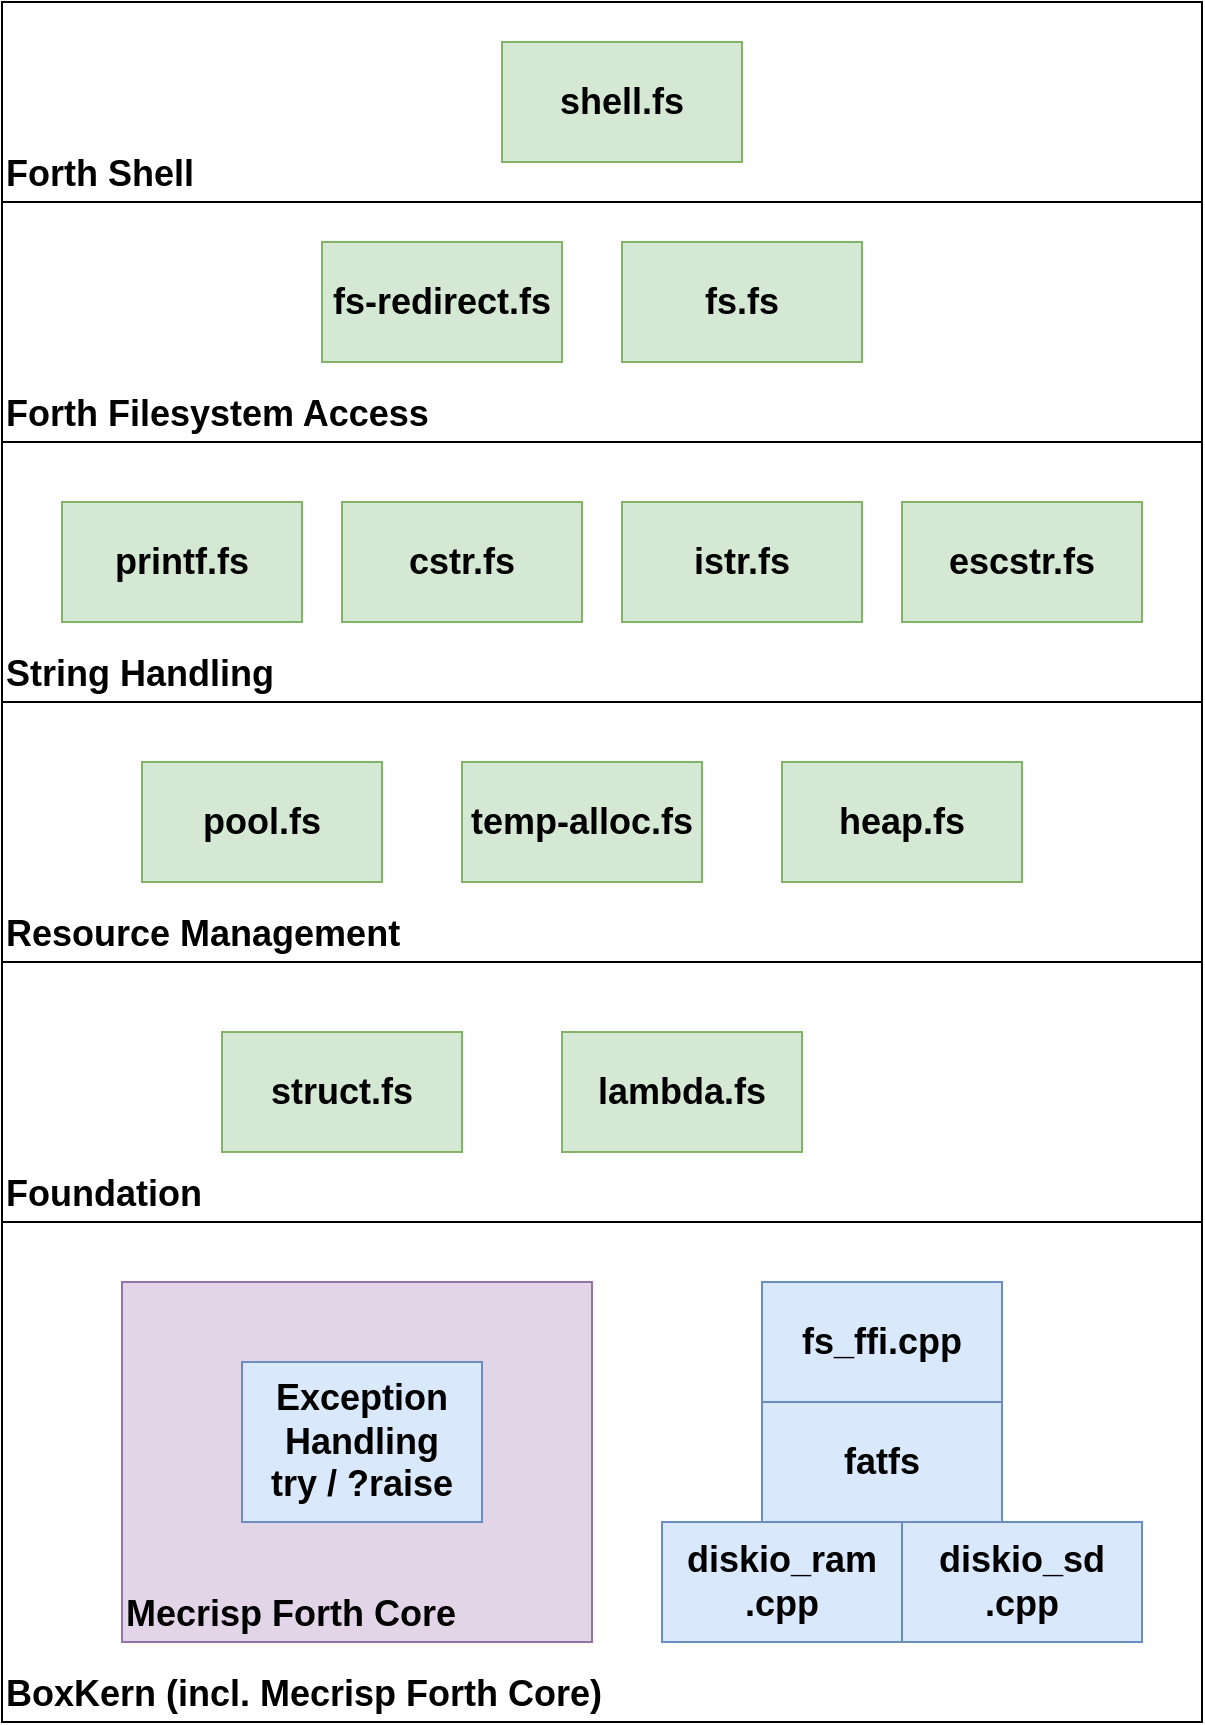
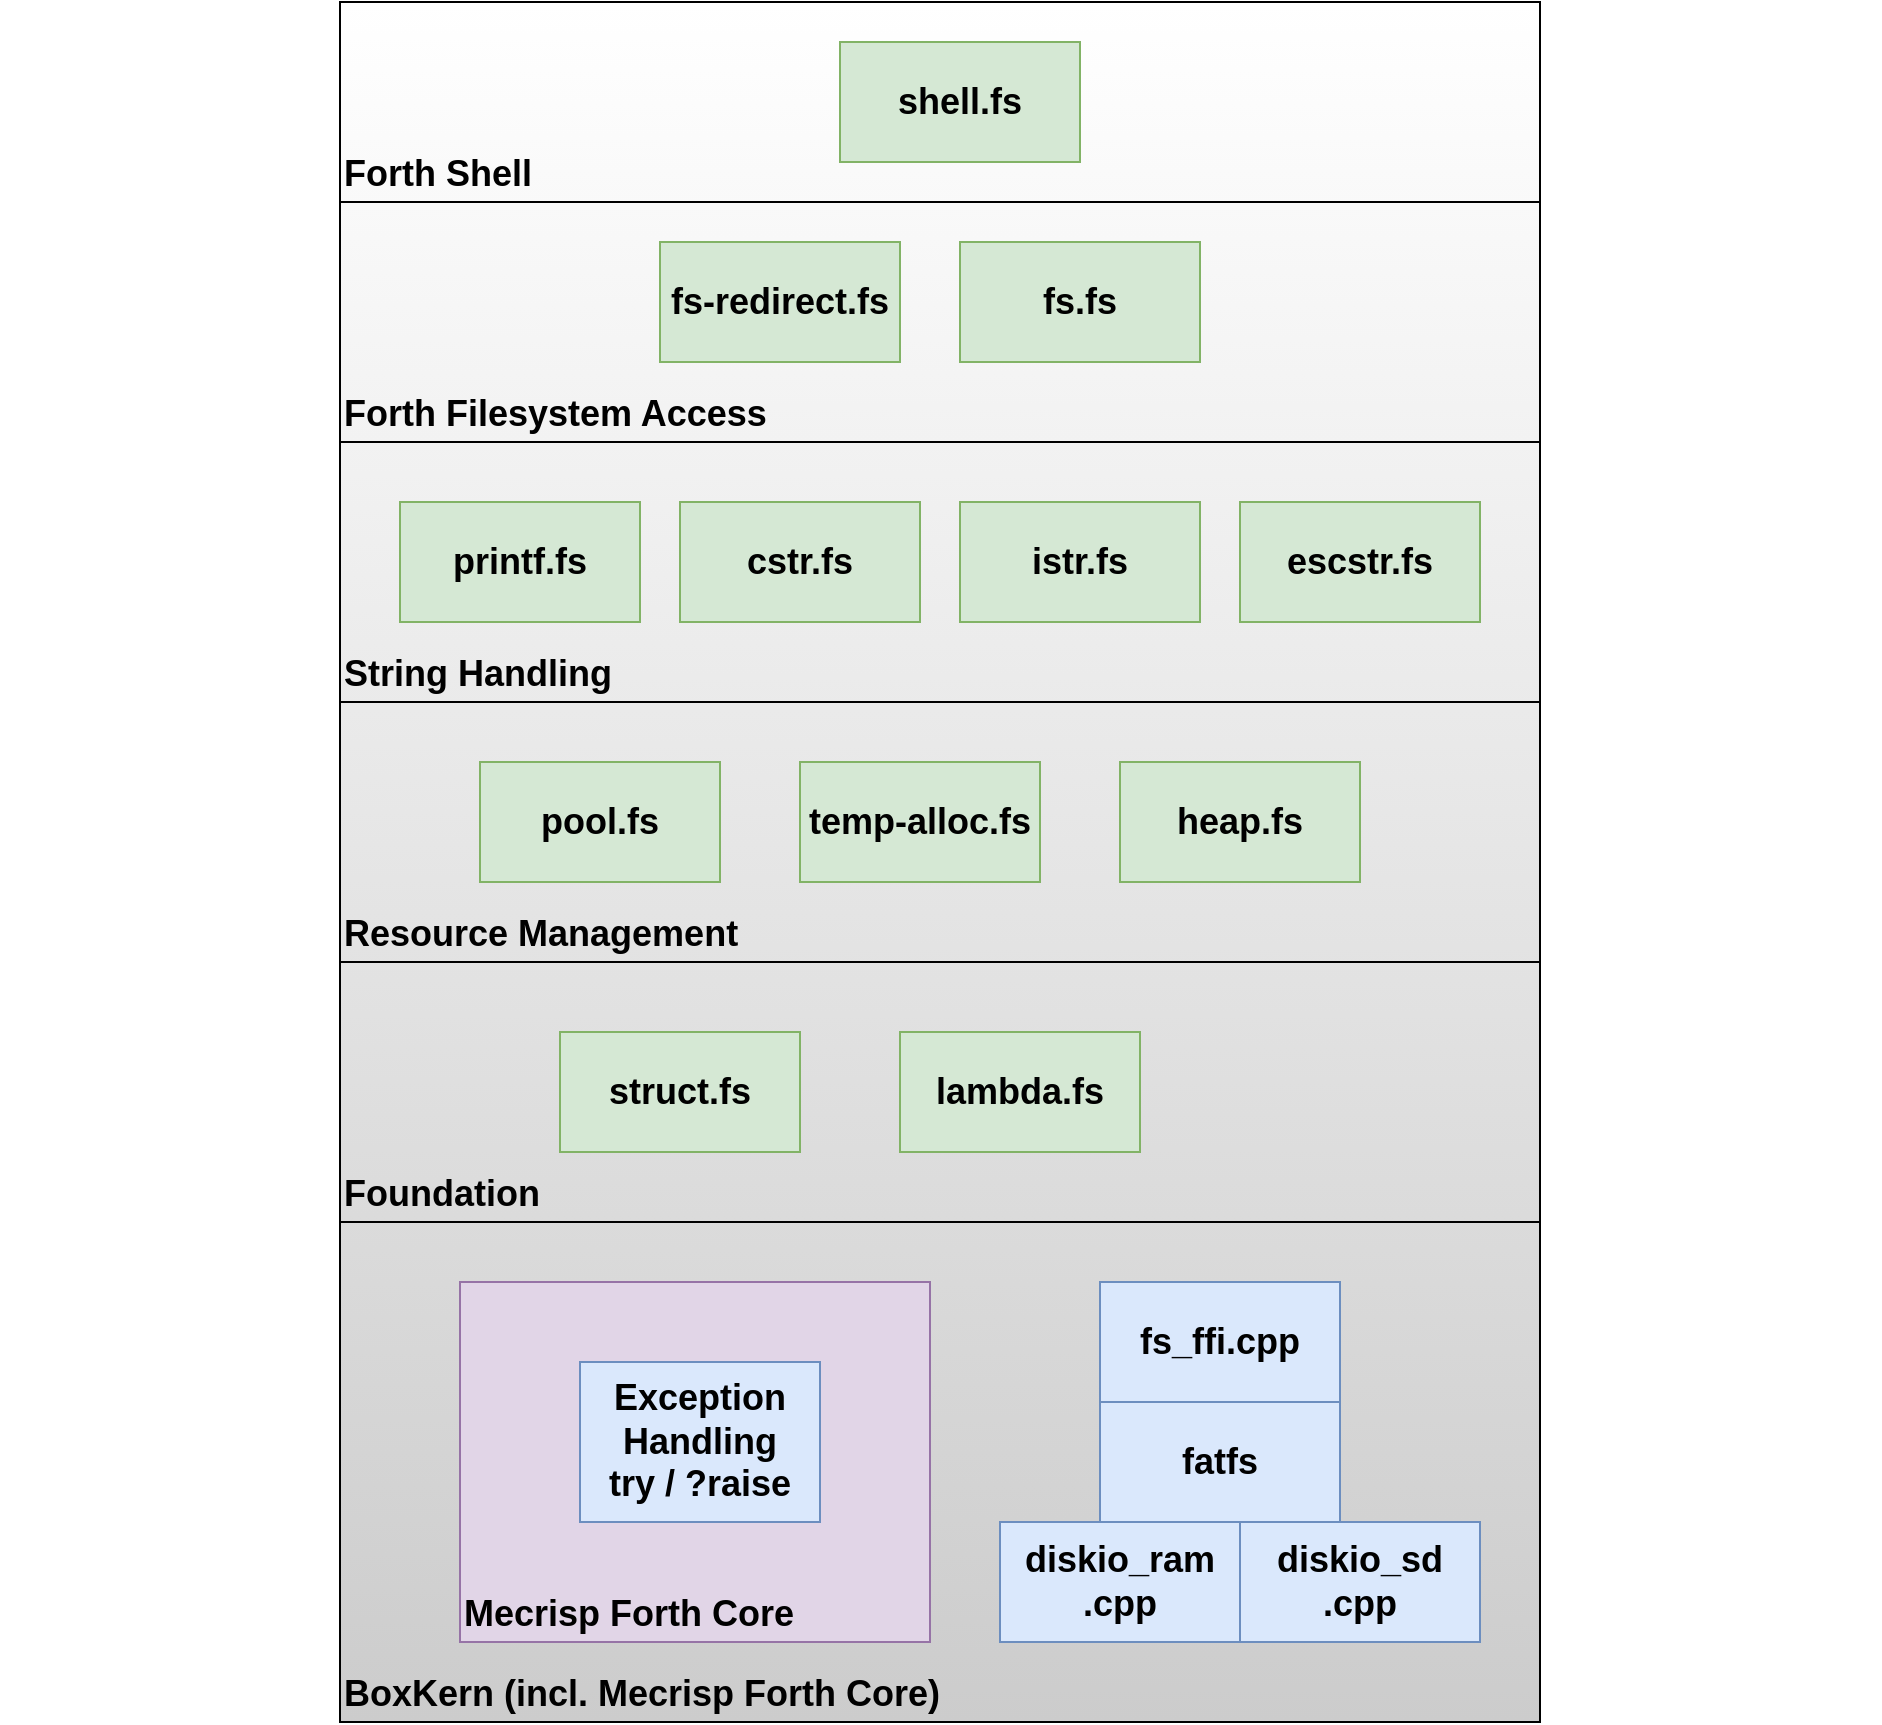
<mxfile host="Electron" agent="Mozilla/5.0 (X11; Linux x86_64) AppleWebKit/537.36 (KHTML, like Gecko) draw.io/28.2.5 Chrome/138.0.7204.251 Electron/37.6.1 Safari/537.36" version="28.2.5">
  <diagram name="Page-1" id="TPdYwVjqV7o428QBksKn">
-     <mxGraphModel dx="1632" dy="1348" grid="1" gridSize="10" guides="1" tooltips="1" connect="1" arrows="1" fold="1" page="1" pageScale="1" pageWidth="850" pageHeight="1100" math="0" shadow="0">
+     <mxGraphModel dx="2912" dy="1348" grid="1" gridSize="10" guides="1" tooltips="1" connect="1" arrows="1" fold="1" page="1" pageScale="1" pageWidth="850" pageHeight="1100" math="0" shadow="0">
      <root>
        <mxCell id="0" />
        <mxCell id="1" parent="0" />
-         <mxCell id="q5KGv9En6vbrBQ0iFdMa-10" value="&lt;b&gt;&lt;font style=&quot;font-size: 18px;&quot;&gt;Forth Shell&lt;/font&gt;&lt;/b&gt;" style="rounded=0;whiteSpace=wrap;html=1;align=left;verticalAlign=bottom;" parent="1" vertex="1">
+         <mxCell id="3muqYPtP2onNnxtbAODL-1" value="" style="rounded=0;whiteSpace=wrap;html=1;gradientColor=#CCCCCC;strokeColor=none;" vertex="1" parent="1">
+           <mxGeometry x="-70" y="50" width="600" height="860" as="geometry" />
+         </mxCell>
+         <mxCell id="IQo8POE9wDzD7ju7Y3nm-1" value="" style="rounded=0;whiteSpace=wrap;html=1;fillColor=none;strokeColor=none;" parent="1" vertex="1">
+           <mxGeometry x="-240" y="400" width="940" height="60" as="geometry" />
+         </mxCell>
+         <mxCell id="q5KGv9En6vbrBQ0iFdMa-10" value="&lt;b&gt;&lt;font style=&quot;font-size: 18px;&quot;&gt;Forth Shell&lt;/font&gt;&lt;/b&gt;" style="rounded=0;whiteSpace=wrap;html=1;align=left;verticalAlign=bottom;fillColor=none;" parent="1" vertex="1">
          <mxGeometry x="-70" y="50" width="600" height="100" as="geometry" />
        </mxCell>
-         <mxCell id="q5KGv9En6vbrBQ0iFdMa-2" value="&lt;b&gt;BoxKern (incl. Mecrisp Forth Core)&lt;/b&gt;" style="rounded=0;whiteSpace=wrap;html=1;verticalAlign=bottom;align=left;fontSize=18;" parent="1" vertex="1">
+         <mxCell id="q5KGv9En6vbrBQ0iFdMa-2" value="&lt;b&gt;BoxKern (incl. Mecrisp Forth Core)&lt;/b&gt;" style="rounded=0;whiteSpace=wrap;html=1;verticalAlign=bottom;align=left;fontSize=18;fillColor=none;" parent="1" vertex="1">
          <mxGeometry x="-70" y="660" width="600" height="250" as="geometry" />
        </mxCell>
        <mxCell id="q5KGv9En6vbrBQ0iFdMa-7" value="Mecrisp Forth Core" style="rounded=0;whiteSpace=wrap;html=1;fontStyle=1;fontSize=18;verticalAlign=bottom;align=left;fillColor=#e1d5e7;strokeColor=#9673a6;" parent="1" vertex="1">
          <mxGeometry x="-10" y="690" width="235" height="180" as="geometry" />
        </mxCell>
-         <mxCell id="q5KGv9En6vbrBQ0iFdMa-6" value="&lt;b&gt;&lt;font style=&quot;font-size: 18px;&quot;&gt;Foundation&lt;/font&gt;&lt;/b&gt;" style="rounded=0;whiteSpace=wrap;html=1;align=left;verticalAlign=bottom;" parent="1" vertex="1">
+         <mxCell id="q5KGv9En6vbrBQ0iFdMa-6" value="&lt;b&gt;&lt;font style=&quot;font-size: 18px;&quot;&gt;Foundation&lt;/font&gt;&lt;/b&gt;" style="rounded=0;whiteSpace=wrap;html=1;align=left;verticalAlign=bottom;fillColor=none;" parent="1" vertex="1">
          <mxGeometry x="-70" y="530" width="600" height="130" as="geometry" />
        </mxCell>
-         <mxCell id="q5KGv9En6vbrBQ0iFdMa-5" value="String Handling" style="rounded=0;whiteSpace=wrap;html=1;fontStyle=1;verticalAlign=bottom;fontSize=18;align=left;" parent="1" vertex="1">
+         <mxCell id="q5KGv9En6vbrBQ0iFdMa-5" value="String Handling" style="rounded=0;whiteSpace=wrap;html=1;fontStyle=1;verticalAlign=bottom;fontSize=18;align=left;fillColor=none;" parent="1" vertex="1">
          <mxGeometry x="-70" y="270" width="600" height="130" as="geometry" />
        </mxCell>
-         <mxCell id="q5KGv9En6vbrBQ0iFdMa-4" value="&lt;b&gt;&lt;font style=&quot;font-size: 18px;&quot;&gt;Forth Filesystem Access&lt;/font&gt;&lt;/b&gt;" style="rounded=0;whiteSpace=wrap;html=1;align=left;verticalAlign=bottom;" parent="1" vertex="1">
+         <mxCell id="q5KGv9En6vbrBQ0iFdMa-4" value="&lt;b&gt;&lt;font style=&quot;font-size: 18px;&quot;&gt;Forth Filesystem Access&lt;/font&gt;&lt;/b&gt;" style="rounded=0;whiteSpace=wrap;html=1;align=left;verticalAlign=bottom;fillColor=none;" parent="1" vertex="1">
          <mxGeometry x="-70" y="150" width="600" height="120" as="geometry" />
        </mxCell>
-         <mxCell id="q5KGv9En6vbrBQ0iFdMa-3" value="Resource Management" style="rounded=0;whiteSpace=wrap;html=1;fontStyle=1;fontSize=18;align=left;verticalAlign=bottom;" parent="1" vertex="1">
+         <mxCell id="q5KGv9En6vbrBQ0iFdMa-3" value="Resource Management" style="rounded=0;whiteSpace=wrap;html=1;fontStyle=1;fontSize=18;align=left;verticalAlign=bottom;fillColor=none;" parent="1" vertex="1">
          <mxGeometry x="-70" y="400" width="600" height="130" as="geometry" />
        </mxCell>
        <mxCell id="hJB8fuzzdYW6NZIhmDOO-1" value="shell.fs" style="rounded=0;whiteSpace=wrap;html=1;fontStyle=1;fontSize=18;fillColor=#d5e8d4;strokeColor=#82b366;" parent="1" vertex="1">
          <mxGeometry x="180" y="70" width="120" height="60" as="geometry" />
        </mxCell>
        <mxCell id="hJB8fuzzdYW6NZIhmDOO-2" value="fs.fs" style="rounded=0;whiteSpace=wrap;html=1;fontStyle=1;fontSize=18;fillColor=#d5e8d4;strokeColor=#82b366;" parent="1" vertex="1">
          <mxGeometry x="240" y="170" width="120" height="60" as="geometry" />
        </mxCell>
        <mxCell id="hJB8fuzzdYW6NZIhmDOO-3" value="fs_ffi.cpp" style="rounded=0;whiteSpace=wrap;html=1;fontStyle=1;fontSize=18;fillColor=#dae8fc;strokeColor=#6c8ebf;" parent="1" vertex="1">
          <mxGeometry x="310" y="690" width="120" height="60" as="geometry" />
        </mxCell>
        <mxCell id="hJB8fuzzdYW6NZIhmDOO-4" value="fatfs" style="rounded=0;whiteSpace=wrap;html=1;fontStyle=1;fontSize=18;fillColor=#dae8fc;strokeColor=#6c8ebf;" parent="1" vertex="1">
          <mxGeometry x="310" y="750" width="120" height="60" as="geometry" />
        </mxCell>
        <mxCell id="hJB8fuzzdYW6NZIhmDOO-5" value="diskio_ram&lt;div&gt;.cpp&lt;/div&gt;" style="rounded=0;whiteSpace=wrap;html=1;fontStyle=1;fontSize=18;fillColor=#dae8fc;strokeColor=#6c8ebf;" parent="1" vertex="1">
          <mxGeometry x="260" y="810" width="120" height="60" as="geometry" />
        </mxCell>
        <mxCell id="hJB8fuzzdYW6NZIhmDOO-6" value="diskio_sd&lt;div&gt;.cpp&lt;/div&gt;" style="rounded=0;whiteSpace=wrap;html=1;fontStyle=1;fontSize=18;fillColor=#dae8fc;strokeColor=#6c8ebf;" parent="1" vertex="1">
          <mxGeometry x="380" y="810" width="120" height="60" as="geometry" />
        </mxCell>
        <mxCell id="hJB8fuzzdYW6NZIhmDOO-8" value="printf.fs" style="rounded=0;whiteSpace=wrap;html=1;fontStyle=1;fontSize=18;fillColor=#d5e8d4;strokeColor=#82b366;" parent="1" vertex="1">
          <mxGeometry x="-40" y="300" width="120" height="60" as="geometry" />
        </mxCell>
        <mxCell id="hJB8fuzzdYW6NZIhmDOO-13" value="pool.fs" style="rounded=0;whiteSpace=wrap;html=1;fontStyle=1;fontSize=18;fillColor=#d5e8d4;strokeColor=#82b366;" parent="1" vertex="1">
          <mxGeometry y="430" width="120" height="60" as="geometry" />
        </mxCell>
        <mxCell id="hJB8fuzzdYW6NZIhmDOO-15" value="struct.fs" style="rounded=0;whiteSpace=wrap;html=1;fontStyle=1;fontSize=18;fillColor=#d5e8d4;strokeColor=#82b366;" parent="1" vertex="1">
          <mxGeometry x="40" y="565" width="120" height="60" as="geometry" />
        </mxCell>
        <mxCell id="hJB8fuzzdYW6NZIhmDOO-17" value="lambda.fs" style="rounded=0;whiteSpace=wrap;html=1;fontStyle=1;fontSize=18;fillColor=#d5e8d4;strokeColor=#82b366;" parent="1" vertex="1">
          <mxGeometry x="210" y="565" width="120" height="60" as="geometry" />
        </mxCell>
        <mxCell id="hJB8fuzzdYW6NZIhmDOO-18" value="&lt;div&gt;Exception Handling&lt;/div&gt;try / ?raise" style="rounded=0;whiteSpace=wrap;html=1;fontStyle=1;fontSize=18;fillColor=#dae8fc;strokeColor=#6c8ebf;" parent="1" vertex="1">
          <mxGeometry x="50" y="730" width="120" height="80" as="geometry" />
        </mxCell>
        <mxCell id="hJB8fuzzdYW6NZIhmDOO-12" value="temp-alloc.fs" style="rounded=0;whiteSpace=wrap;html=1;fontStyle=1;fontSize=18;fillColor=#d5e8d4;strokeColor=#82b366;" parent="1" vertex="1">
          <mxGeometry x="160" y="430" width="120" height="60" as="geometry" />
        </mxCell>
        <mxCell id="hJB8fuzzdYW6NZIhmDOO-7" value="cstr.fs" style="rounded=0;whiteSpace=wrap;html=1;fontStyle=1;fontSize=18;fillColor=#d5e8d4;strokeColor=#82b366;" parent="1" vertex="1">
          <mxGeometry x="100" y="300" width="120" height="60" as="geometry" />
        </mxCell>
        <mxCell id="hJB8fuzzdYW6NZIhmDOO-25" value="fs-redirect.fs" style="rounded=0;whiteSpace=wrap;html=1;fontStyle=1;fontSize=18;fillColor=#d5e8d4;strokeColor=#82b366;" parent="1" vertex="1">
          <mxGeometry x="90" y="170" width="120" height="60" as="geometry" />
        </mxCell>
-         <mxCell id="PIvnRvjFvhDiZYqDHUjn-1" value="istr.fs" style="rounded=0;whiteSpace=wrap;html=1;fontStyle=1;fontSize=18;fillColor=#d5e8d4;strokeColor=#82b366;" vertex="1" parent="1">
+         <mxCell id="PIvnRvjFvhDiZYqDHUjn-1" value="istr.fs" style="rounded=0;whiteSpace=wrap;html=1;fontStyle=1;fontSize=18;fillColor=#d5e8d4;strokeColor=#82b366;" parent="1" vertex="1">
          <mxGeometry x="240" y="300" width="120" height="60" as="geometry" />
        </mxCell>
-         <mxCell id="PIvnRvjFvhDiZYqDHUjn-2" value="escstr.fs" style="rounded=0;whiteSpace=wrap;html=1;fontStyle=1;fontSize=18;fillColor=#d5e8d4;strokeColor=#82b366;" vertex="1" parent="1">
+         <mxCell id="PIvnRvjFvhDiZYqDHUjn-2" value="escstr.fs" style="rounded=0;whiteSpace=wrap;html=1;fontStyle=1;fontSize=18;fillColor=#d5e8d4;strokeColor=#82b366;" parent="1" vertex="1">
          <mxGeometry x="380" y="300" width="120" height="60" as="geometry" />
        </mxCell>
-         <mxCell id="PIvnRvjFvhDiZYqDHUjn-3" value="heap.fs" style="rounded=0;whiteSpace=wrap;html=1;fontStyle=1;fontSize=18;fillColor=#d5e8d4;strokeColor=#82b366;" vertex="1" parent="1">
+         <mxCell id="PIvnRvjFvhDiZYqDHUjn-3" value="heap.fs" style="rounded=0;whiteSpace=wrap;html=1;fontStyle=1;fontSize=18;fillColor=#d5e8d4;strokeColor=#82b366;" parent="1" vertex="1">
          <mxGeometry x="320" y="430" width="120" height="60" as="geometry" />
        </mxCell>
      </root>
    </mxGraphModel>
  </diagram>
</mxfile>
